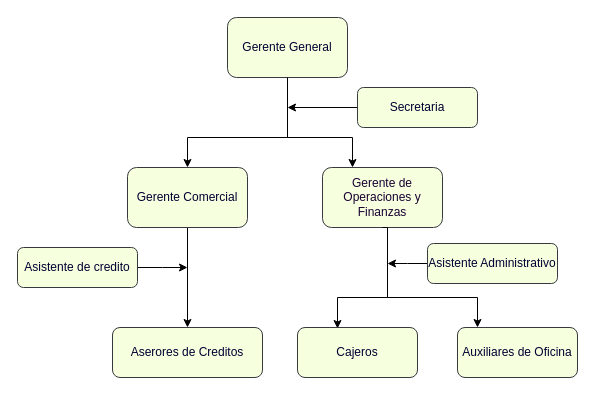
Before: docs/organigrama-porvenir.drawio in alexrv11/credicuotas, a draw.io diagram. Source tidied: cells renumbered, new cells numbered last; positions are measured from the earlier drawing's top-left corner, leaving out a move shared by most shapes. Both pictures are drawn from the tidied source at 100%, with x=0, y=0 at pixel (17, 17).
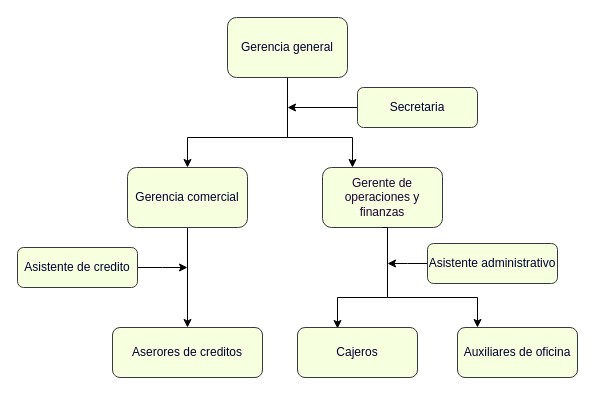
Above is the later version.

The edit, as a diff of the source:
```diff
@@
-    <mxCell id="3" value="Gerente General" style="rounded=1;whiteSpace=wrap;html=1;strokeColor=#36393d;fontColor=#000033;fillColor=#F6FFDE;" parent="1" vertex="1">
+    <mxCell id="3" value="Gerencia general" style="rounded=1;whiteSpace=wrap;html=1;strokeColor=#36393d;fontColor=#000033;fillColor=#F6FFDE;" parent="1" vertex="1">
       <mxGeometry x="210" width="120" height="60" as="geometry" />
     </mxCell>
@@
-    <mxCell id="7" value="Gerente Comercial" style="rounded=1;whiteSpace=wrap;html=1;strokeColor=#36393d;fontColor=#000033;fillColor=#F6FFDE;" parent="1" vertex="1">
+    <mxCell id="7" value="Gerencia comercial" style="rounded=1;whiteSpace=wrap;html=1;strokeColor=#36393d;fontColor=#000033;fillColor=#F6FFDE;" parent="1" vertex="1">
       <mxGeometry x="110" y="150" width="120" height="60" as="geometry" />
     </mxCell>
@@
-    <mxCell id="9" value="Gerente de Operaciones y Finanzas" style="rounded=1;whiteSpace=wrap;html=1;strokeColor=#36393d;fontColor=#190033;fillColor=#F6FFDE;" parent="1" vertex="1">
+    <mxCell id="9" value="Gerente de operaciones y finanzas" style="rounded=1;whiteSpace=wrap;html=1;strokeColor=#36393d;fontColor=#190033;fillColor=#F6FFDE;" parent="1" vertex="1">
       <mxGeometry x="305" y="150" width="120" height="60" as="geometry" />
     </mxCell>
@@
-    <mxCell id="13" value="Asistente Administrativo" style="rounded=1;whiteSpace=wrap;html=1;strokeColor=#36393d;fontColor=#000033;fillColor=#F6FFDE;" parent="1" vertex="1">
+    <mxCell id="13" value="Asistente administrativo" style="rounded=1;whiteSpace=wrap;html=1;strokeColor=#36393d;fontColor=#000033;fillColor=#F6FFDE;" parent="1" vertex="1">
       <mxGeometry x="410" y="226" width="130" height="40" as="geometry" />
     </mxCell>
-    <mxCell id="14" value="Aserores de Creditos" style="rounded=1;whiteSpace=wrap;html=1;strokeColor=#36393d;fontColor=#000033;fillColor=#F6FFDE;" parent="1" vertex="1">
+    <mxCell id="14" value="Aserores de creditos" style="rounded=1;whiteSpace=wrap;html=1;strokeColor=#36393d;fontColor=#000033;fillColor=#F6FFDE;" parent="1" vertex="1">
       <mxGeometry x="95" y="310" width="150" height="50" as="geometry" />
     </mxCell>
@@
-    <mxCell id="16" value="Auxiliares de Oficina" style="rounded=1;whiteSpace=wrap;html=1;strokeColor=#36393d;fontColor=#000033;fillColor=#F6FFDE;" parent="1" vertex="1">
+    <mxCell id="16" value="Auxiliares de oficina" style="rounded=1;whiteSpace=wrap;html=1;strokeColor=#36393d;fontColor=#000033;fillColor=#F6FFDE;" parent="1" vertex="1">
       <mxGeometry x="440" y="310" width="120" height="50" as="geometry" />
     </mxCell>
```
